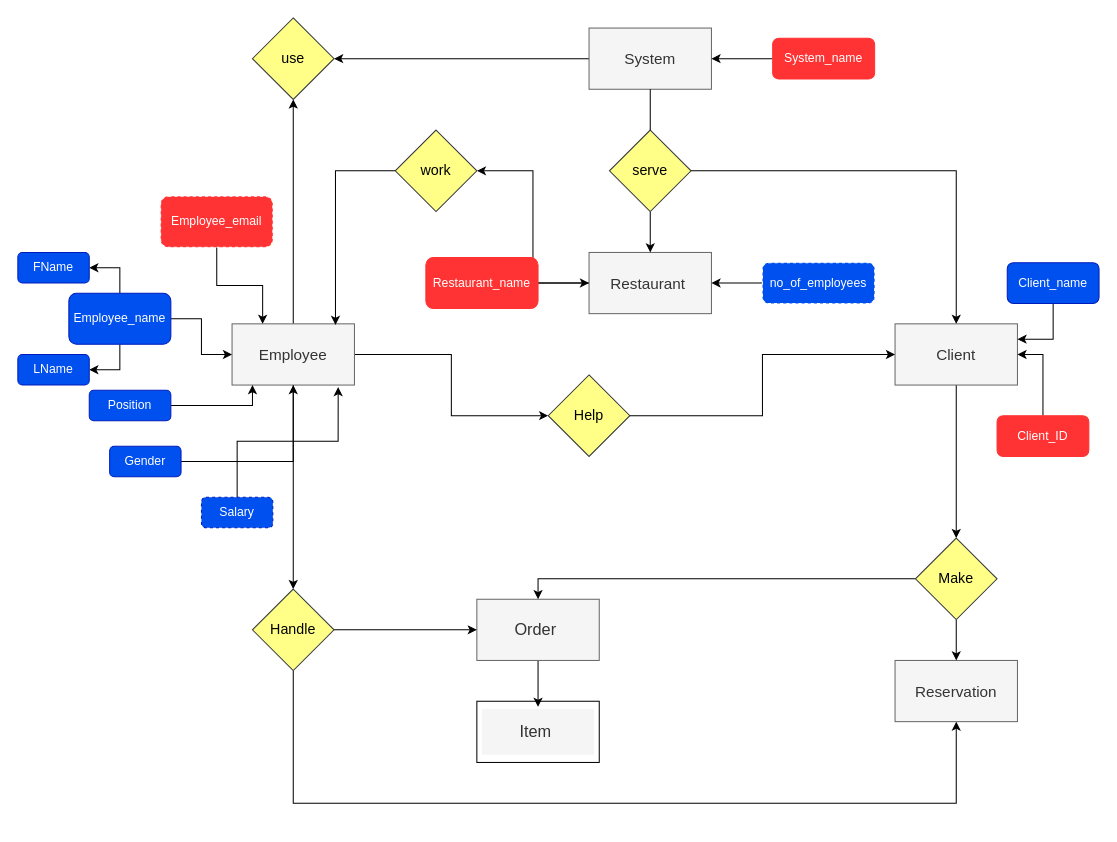
Above: __pycache__/Untitled Diagram.drawio in Jumanahmedd/Jumana (draw.io), before the change. Source tidied: cells renumbered, new cells numbered last; positions are measured from the earlier drawing's top-left corner, leaving out a move shared by most shapes. Both pictures are drawn from the tidied source at 102%, with x=0, y=0 at pixel (17, 17).
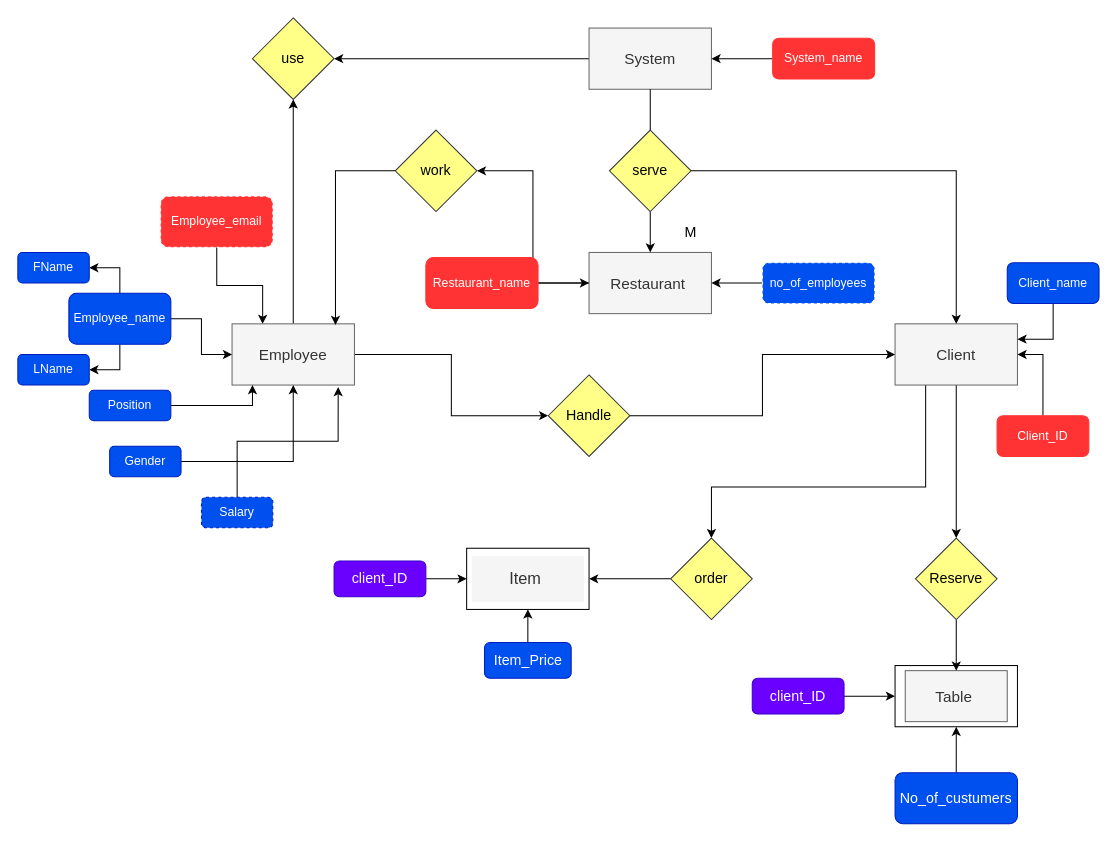
The same page after the edit.

Unchanged cells that the change refers to:
```xml
<mxCell id="7" value="&lt;font style=&quot;font-size: 15px&quot;&gt;Employee&lt;/font&gt;" style="rounded=0;whiteSpace=wrap;html=1;fillColor=#f5f5f5;strokeColor=#666666;fontColor=#333333;fontSize=14;" parent="1" vertex="1">
  <mxGeometry x="210" y="300" width="120" height="60" as="geometry" />
</mxCell>
<mxCell id="9" value="&lt;font style=&quot;font-size: 15px&quot;&gt;Client&lt;/font&gt;" style="rounded=0;whiteSpace=wrap;html=1;fillColor=#f5f5f5;strokeColor=#666666;fontColor=#333333;fontSize=14;" parent="1" vertex="1">
  <mxGeometry x="860" y="300" width="120" height="60" as="geometry" />
</mxCell>
```

Change to the diagram source:
```diff
@@
-    <mxCell id="6" style="edgeStyle=orthogonalEdgeStyle;rounded=0;jettySize=auto;html=1;fontSize=14;fontColor=#000000;" parent="1" edge="1" source="7" target="55">
-      <mxGeometry relative="1" as="geometry" />
-    </mxCell>
@@
+    <mxCell id="56" style="edgeStyle=orthogonalEdgeStyle;rounded=0;jettySize=auto;html=1;entryX=0.5;entryY=0;entryDx=0;entryDy=0;fontSize=14;fontColor=#000000;" parent="1" edge="1" source="9" target="59">
+      <mxGeometry relative="1" as="geometry">
+        <Array as="points">
+          <mxPoint x="890" y="460" />
+          <mxPoint x="680" y="460" />
+        </Array>
+      </mxGeometry>
+    </mxCell>
@@
-    <mxCell id="10" style="edgeStyle=orthogonalEdgeStyle;rounded=0;jettySize=auto;html=1;fontSize=14;fontColor=#000000;" parent="1" edge="1" source="11" target="51">
-      <mxGeometry relative="1" as="geometry" />
-    </mxCell>
-    <mxCell id="11" value="Order&amp;nbsp;" style="rounded=0;whiteSpace=wrap;html=1;fillColor=#f5f5f5;strokeColor=#666666;fontColor=#333333;fontSize=16;" parent="1" vertex="1">
-      <mxGeometry x="450" y="570" width="120" height="60" as="geometry" />
-    </mxCell>
-    <mxCell id="12" value="&lt;font style=&quot;font-size: 15px&quot;&gt;Reservation&lt;/font&gt;" style="rounded=0;whiteSpace=wrap;html=1;fillColor=#f5f5f5;strokeColor=#666666;fontColor=#333333;fontSize=14;" parent="1" vertex="1">
-      <mxGeometry x="860" y="630" width="120" height="60" as="geometry" />
+    <mxCell id="12" value="&lt;font style=&quot;font-size: 15px&quot;&gt;Table&amp;nbsp;&lt;/font&gt;" style="rounded=0;whiteSpace=wrap;html=1;fillColor=#f5f5f5;strokeColor=#666666;fontColor=#333333;fontSize=14;" parent="1" vertex="1">
+      <mxGeometry x="870" y="640" width="100" height="50" as="geometry" />
     </mxCell>
@@
+    <mxCell id="57" value="M" style="text;html=1;strokeColor=none;fillColor=none;align=center;verticalAlign=middle;whiteSpace=wrap;rounded=0;fontSize=14;" parent="1" vertex="1">
+      <mxGeometry x="640" y="200" width="40" height="20" as="geometry" />
+    </mxCell>
@@
-    <mxCell id="45" value="Help" style="rhombus;whiteSpace=wrap;html=1;fontSize=14;strokeColor=#36393d;strokeWidth=1;fillColor=#ffff88;fontColor=#000000;" parent="1" vertex="1">
+    <mxCell id="45" value="Handle" style="rhombus;whiteSpace=wrap;html=1;fontSize=14;strokeColor=#36393d;strokeWidth=1;fillColor=#ffff88;fontColor=#000000;" parent="1" vertex="1">
       <mxGeometry x="520" y="350" width="80" height="80" as="geometry" />
     </mxCell>
@@
-    <mxCell id="48" style="edgeStyle=orthogonalEdgeStyle;rounded=0;jettySize=auto;html=1;entryX=0.5;entryY=0;entryDx=0;entryDy=0;fontSize=12;fontColor=#000000;" parent="1" edge="1" source="50" target="11">
-      <mxGeometry relative="1" as="geometry" />
-    </mxCell>
@@
-    <mxCell id="50" value="Make" style="rhombus;whiteSpace=wrap;html=1;fontSize=14;strokeColor=#36393d;strokeWidth=1;fillColor=#ffff88;fontColor=#000000;" parent="1" vertex="1">
+    <mxCell id="50" value="Reserve" style="rhombus;whiteSpace=wrap;html=1;fontSize=14;strokeColor=#36393d;strokeWidth=1;fillColor=#ffff88;fontColor=#000000;" parent="1" vertex="1">
       <mxGeometry x="880" y="510" width="80" height="80" as="geometry" />
     </mxCell>
     <mxCell id="51" value="&lt;font style=&quot;font-size: 16px&quot;&gt;Item&amp;nbsp;&lt;/font&gt;" style="whiteSpace=wrap;html=1;rounded=0;fontSize=14;fontColor=#333333;fillColor=#f5f5f5;strokeColor=none;perimeterSpacing=2;shadow=0;sketch=0;glass=0;" parent="1" vertex="1">
-      <mxGeometry x="455" y="677.5" width="110" height="45" as="geometry" />
+      <mxGeometry x="445" y="527.5" width="110" height="45" as="geometry" />
     </mxCell>
     <mxCell id="52" style="rounded=0;whiteSpace=wrap;html=1;shadow=0;glass=0;sketch=0;fontSize=14;strokeWidth=1;fillColor=none;" parent="1" vertex="1">
-      <mxGeometry x="450" y="670" width="120" height="60" as="geometry" />
+      <mxGeometry x="440" y="520" width="120" height="60" as="geometry" />
     </mxCell>
-    <mxCell id="53" style="edgeStyle=orthogonalEdgeStyle;rounded=0;jettySize=auto;html=1;entryX=0;entryY=0.5;entryDx=0;entryDy=0;fontSize=14;fontColor=#000000;" parent="1" edge="1" source="55" target="11">
-      <mxGeometry relative="1" as="geometry" />
-    </mxCell>
-    <mxCell id="54" style="edgeStyle=orthogonalEdgeStyle;rounded=0;jettySize=auto;html=1;fontSize=14;fontColor=#000000;" parent="1" edge="1" source="55">
-      <mxGeometry relative="1" as="geometry">
-        <mxPoint x="920" y="690" as="targetPoint" />
-        <Array as="points">
-          <mxPoint x="270" y="770" />
-          <mxPoint x="920" y="770" />
-        </Array>
-      </mxGeometry>
-    </mxCell>
-    <mxCell id="55" value="&lt;font color=&quot;#000000&quot;&gt;Handle&lt;/font&gt;" style="rhombus;whiteSpace=wrap;html=1;shadow=0;glass=0;sketch=0;fontSize=14;strokeColor=#36393d;strokeWidth=1;fillColor=#ffff88;" parent="1" vertex="1">
-      <mxGeometry x="230" y="560" width="80" height="80" as="geometry" />
-    </mxCell>
+    <mxCell id="58" style="edgeStyle=orthogonalEdgeStyle;rounded=0;jettySize=auto;html=1;entryX=1;entryY=0.5;entryDx=0;entryDy=0;fontSize=14;fontColor=#000000;" parent="1" edge="1" source="59" target="52">
+      <mxGeometry relative="1" as="geometry" />
+    </mxCell>
+    <mxCell id="59" value="&lt;font color=&quot;#000000&quot;&gt;order&lt;/font&gt;" style="rhombus;whiteSpace=wrap;html=1;shadow=0;glass=0;sketch=0;fontSize=14;strokeColor=#36393d;strokeWidth=1;fillColor=#ffff88;" parent="1" vertex="1">
+      <mxGeometry x="640" y="510" width="80" height="80" as="geometry" />
+    </mxCell>
+    <mxCell id="60" style="rounded=0;whiteSpace=wrap;html=1;shadow=0;glass=0;sketch=0;fontSize=14;strokeWidth=1;fillColor=none;" parent="1" vertex="1">
+      <mxGeometry x="860" y="635" width="120" height="60" as="geometry" />
+    </mxCell>
+    <mxCell id="61" style="edgeStyle=orthogonalEdgeStyle;rounded=0;jettySize=auto;html=1;fontSize=14;fontColor=#000000;" parent="1" edge="1" source="62" target="60">
+      <mxGeometry relative="1" as="geometry" />
+    </mxCell>
+    <mxCell id="62" value="No_of_custumers" style="rounded=1;whiteSpace=wrap;html=1;shadow=0;glass=0;sketch=0;fontSize=14;fontColor=#ffffff;strokeColor=#001DBC;strokeWidth=1;fillColor=#0050ef;" parent="1" vertex="1">
+      <mxGeometry x="860" y="740" width="120" height="50" as="geometry" />
+    </mxCell>
+    <mxCell id="63" style="edgeStyle=orthogonalEdgeStyle;rounded=0;jettySize=auto;html=1;fontSize=14;fontColor=#000000;" parent="1" edge="1" source="64" target="60">
+      <mxGeometry relative="1" as="geometry" />
+    </mxCell>
+    <mxCell id="64" value="client_ID" style="rounded=1;whiteSpace=wrap;html=1;shadow=0;glass=0;sketch=0;fontSize=14;fontColor=#ffffff;strokeColor=#3700CC;strokeWidth=1;fillColor=#6a00ff;" parent="1" vertex="1">
+      <mxGeometry x="720" y="647.5" width="90" height="35" as="geometry" />
+    </mxCell>
+    <mxCell id="65" style="edgeStyle=orthogonalEdgeStyle;rounded=0;jettySize=auto;html=1;fontSize=14;fontColor=#000000;" parent="1" edge="1" source="66" target="52">
+      <mxGeometry relative="1" as="geometry" />
+    </mxCell>
+    <mxCell id="66" value="Item_Price" style="rounded=1;whiteSpace=wrap;html=1;shadow=0;glass=0;sketch=0;fontSize=14;fontColor=#ffffff;strokeColor=#001DBC;strokeWidth=1;fillColor=#0050ef;" parent="1" vertex="1">
+      <mxGeometry x="457.5" y="612.5" width="85" height="35" as="geometry" />
+    </mxCell>
+    <mxCell id="67" style="edgeStyle=orthogonalEdgeStyle;rounded=0;jettySize=auto;html=1;entryX=0;entryY=0.5;entryDx=0;entryDy=0;fontSize=14;fontColor=#000000;" parent="1" edge="1" source="68" target="52">
+      <mxGeometry relative="1" as="geometry" />
+    </mxCell>
+    <mxCell id="68" value="client_ID" style="rounded=1;whiteSpace=wrap;html=1;shadow=0;glass=0;sketch=0;fontSize=14;fontColor=#ffffff;strokeColor=#3700CC;strokeWidth=1;fillColor=#6a00ff;" parent="1" vertex="1">
+      <mxGeometry x="310" y="532.5" width="90" height="35" as="geometry" />
+    </mxCell>
```
